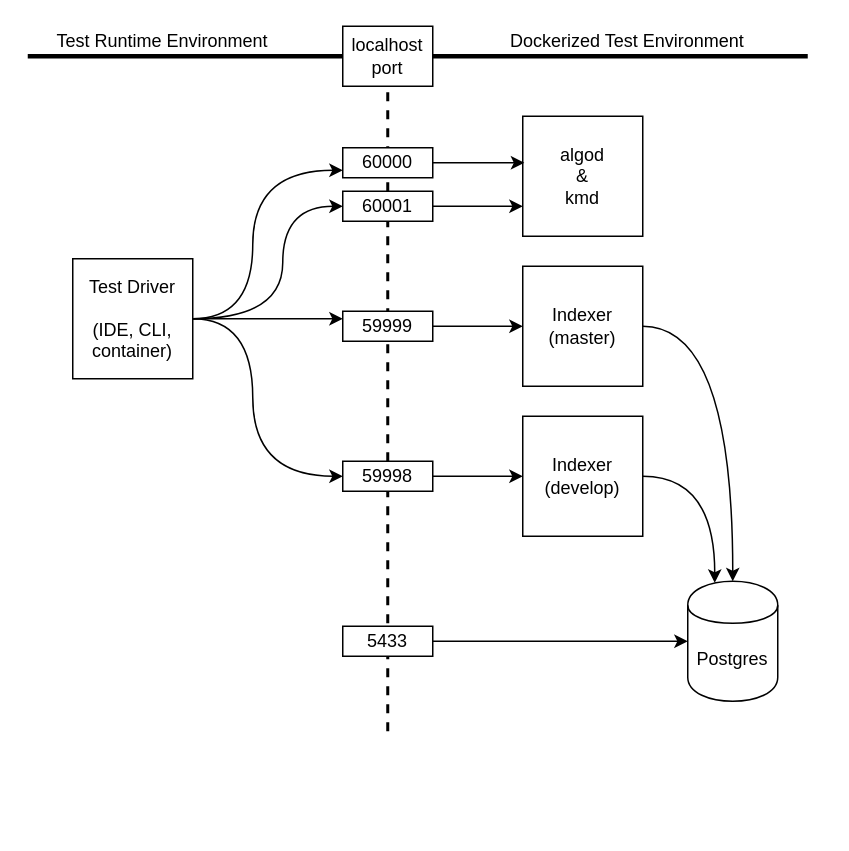
Above: docs/SDK Test Environment.drawio in algorand/algorand-sdk-testing (draw.io), before the change. Source tidied: cells renumbered, new cells numbered last; positions are measured from the earlier drawing's top-left corner, leaving out a move shared by most shapes. Both pictures are drawn from the tidied source at 150%, with x=0, y=0 at pixel (27, 26).
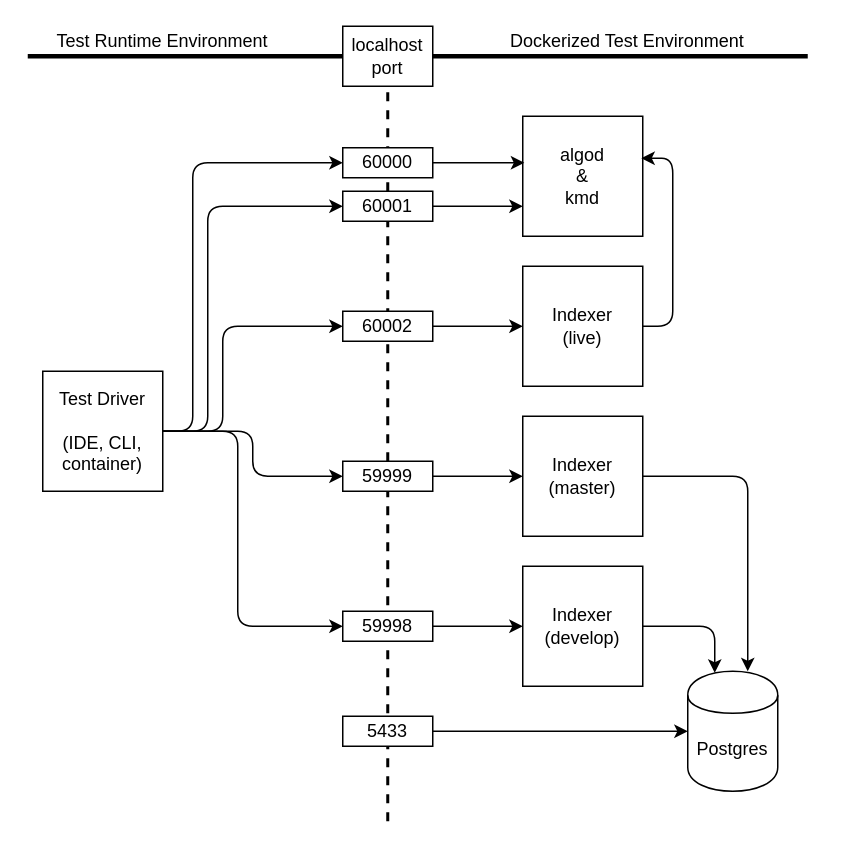
After the change.

Commit message (it also covers changes not shown here):
Add a 'live' indexer which connects to algod.

Unchanged cells that the change refers to:
```xml
<mxCell id="3" value="algod&lt;br&gt;&amp;amp;&lt;br&gt;kmd" style="whiteSpace=wrap;html=1;" parent="1" vertex="1">
  <mxGeometry x="330" y="60" width="80" height="80" as="geometry" />
</mxCell>
<mxCell id="12" value="60001" style="rounded=0;whiteSpace=wrap;html=1;" parent="1" vertex="1">
  <mxGeometry x="210" y="110" width="60" height="20" as="geometry" />
</mxCell>
<mxCell id="14" value="60000" style="rounded=0;whiteSpace=wrap;html=1;" parent="1" vertex="1">
  <mxGeometry x="210" y="81" width="60" height="20" as="geometry" />
</mxCell>
```

Diff of the diagram source:
```diff
@@
     <mxCell id="4" style="endArrow=none;dashed=1;html=1;strokeWidth=2;" parent="1" edge="1">
       <mxGeometry relative="1" as="geometry">
-        <mxPoint x="240" y="470" as="sourcePoint" />
+        <mxPoint x="240" y="530" as="sourcePoint" />
         <mxPoint x="240" y="20" as="targetPoint" />
       </mxGeometry>
     </mxCell>
@@
     <mxCell id="6" value="Postgres" style="shape=cylinder;whiteSpace=wrap;html=1;boundedLbl=1;backgroundOutline=1;" parent="1" vertex="1">
-      <mxGeometry x="440" y="370" width="60" height="80" as="geometry" />
+      <mxGeometry x="440" y="430" width="60" height="80" as="geometry" />
     </mxCell>
-    <mxCell id="7" style="edgeStyle=orthogonalEdgeStyle;jettySize=auto;html=1;strokeWidth=1;curved=1;" parent="1" edge="1" source="8" target="6">
+    <mxCell id="7" style="edgeStyle=orthogonalEdgeStyle;jettySize=auto;html=1;strokeWidth=1;rounded=1;" parent="1" edge="1" source="8" target="6">
       <mxGeometry relative="1" as="geometry">
         <Array as="points">
-          <mxPoint x="470" y="200" />
+          <mxPoint x="480" y="300" />
         </Array>
       </mxGeometry>
     </mxCell>
     <mxCell id="8" value="Indexer&lt;br&gt;(master)" style="whiteSpace=wrap;html=1;" parent="1" vertex="1">
-      <mxGeometry x="330" y="160" width="80" height="80" as="geometry" />
+      <mxGeometry x="330" y="260" width="80" height="80" as="geometry" />
     </mxCell>
-    <mxCell id="9" style="edgeStyle=orthogonalEdgeStyle;jettySize=auto;html=1;entryX=0.3;entryY=0.013;entryDx=0;entryDy=0;strokeWidth=1;curved=1;entryPerimeter=0;" parent="1" edge="1" source="10" target="6">
+    <mxCell id="9" style="edgeStyle=orthogonalEdgeStyle;jettySize=auto;html=1;entryX=0.3;entryY=0.013;entryDx=0;entryDy=0;strokeWidth=1;entryPerimeter=0;rounded=1;" parent="1" edge="1" source="10" target="6">
       <mxGeometry relative="1" as="geometry" />
     </mxCell>
     <mxCell id="10" value="Indexer&lt;br&gt;(develop)" style="whiteSpace=wrap;html=1;" parent="1" vertex="1">
-      <mxGeometry x="330" y="260" width="80" height="80" as="geometry" />
+      <mxGeometry x="330" y="360" width="80" height="80" as="geometry" />
     </mxCell>
@@
     <mxCell id="16" value="59999" style="rounded=0;whiteSpace=wrap;html=1;" parent="1" vertex="1">
-      <mxGeometry x="210" y="190" width="60" height="20" as="geometry" />
+      <mxGeometry x="210" y="290" width="60" height="20" as="geometry" />
     </mxCell>
@@
     <mxCell id="18" value="59998" style="rounded=0;whiteSpace=wrap;html=1;" parent="1" vertex="1">
-      <mxGeometry x="210" y="290" width="60" height="20" as="geometry" />
+      <mxGeometry x="210" y="390" width="60" height="20" as="geometry" />
     </mxCell>
@@
     <mxCell id="20" value="5433" style="rounded=0;whiteSpace=wrap;html=1;" parent="1" vertex="1">
-      <mxGeometry x="210" y="400" width="60" height="20" as="geometry" />
+      <mxGeometry x="210" y="460" width="60" height="20" as="geometry" />
     </mxCell>
-    <mxCell id="21" style="edgeStyle=orthogonalEdgeStyle;curved=1;jettySize=auto;html=1;entryX=0;entryY=0.75;entryDx=0;entryDy=0;strokeWidth=1;" parent="1" edge="1" source="25" target="14">
+    <mxCell id="21" style="edgeStyle=orthogonalEdgeStyle;jettySize=auto;html=1;entryX=0;entryY=0.5;entryDx=0;entryDy=0;rounded=1;" parent="1" edge="1" source="25" target="14">
       <mxGeometry relative="1" as="geometry">
         <Array as="points">
-          <mxPoint x="150" y="195" />
-          <mxPoint x="150" y="96" />
+          <mxPoint x="110" y="270" />
+          <mxPoint x="110" y="91" />
         </Array>
       </mxGeometry>
     </mxCell>
-    <mxCell id="22" style="edgeStyle=orthogonalEdgeStyle;curved=1;jettySize=auto;html=1;entryX=0;entryY=0.5;entryDx=0;entryDy=0;strokeWidth=1;" parent="1" edge="1" source="25" target="12">
+    <mxCell id="22" style="edgeStyle=orthogonalEdgeStyle;jettySize=auto;html=1;entryX=0;entryY=0.5;entryDx=0;entryDy=0;rounded=1;" parent="1" edge="1" source="25" target="12">
       <mxGeometry relative="1" as="geometry">
         <Array as="points">
-          <mxPoint x="170" y="195" />
-          <mxPoint x="170" y="120" />
+          <mxPoint x="120" y="270" />
+          <mxPoint x="120" y="120" />
         </Array>
       </mxGeometry>
     </mxCell>
+    <mxCell id="29" style="edgeStyle=orthogonalEdgeStyle;jettySize=auto;html=1;entryX=0;entryY=0.5;entryDx=0;entryDy=0;rounded=1;" parent="1" edge="1" source="25" target="31">
+      <mxGeometry relative="1" as="geometry">
+        <Array as="points">
+          <mxPoint x="130" y="270" />
+          <mxPoint x="130" y="200" />
+        </Array>
+      </mxGeometry>
+    </mxCell>
-    <mxCell id="23" style="edgeStyle=orthogonalEdgeStyle;curved=1;jettySize=auto;html=1;entryX=0;entryY=0.25;entryDx=0;entryDy=0;strokeWidth=1;" parent="1" edge="1" source="25" target="16">
-      <mxGeometry relative="1" as="geometry" />
+    <mxCell id="23" style="edgeStyle=orthogonalEdgeStyle;jettySize=auto;html=1;entryX=0;entryY=0.5;entryDx=0;entryDy=0;rounded=1;" parent="1" edge="1" source="25" target="16">
+      <mxGeometry relative="1" as="geometry">
+        <Array as="points">
+          <mxPoint x="150" y="270" />
+          <mxPoint x="150" y="300" />
+        </Array>
+      </mxGeometry>
     </mxCell>
-    <mxCell id="24" style="edgeStyle=orthogonalEdgeStyle;curved=1;jettySize=auto;html=1;entryX=0;entryY=0.5;entryDx=0;entryDy=0;strokeWidth=1;" parent="1" edge="1" source="25" target="18">
+    <mxCell id="24" style="edgeStyle=orthogonalEdgeStyle;jettySize=auto;html=1;entryX=0;entryY=0.5;entryDx=0;entryDy=0;rounded=1;" parent="1" edge="1" source="25" target="18">
       <mxGeometry relative="1" as="geometry">
         <Array as="points">
-          <mxPoint x="150" y="195" />
-          <mxPoint x="150" y="300" />
+          <mxPoint x="140" y="270" />
+          <mxPoint x="140" y="400" />
         </Array>
       </mxGeometry>
     </mxCell>
     <mxCell id="25" value="Test Driver&lt;br&gt;&lt;br&gt;(IDE, CLI, container)" style="whiteSpace=wrap;html=1;" parent="1" vertex="1">
-      <mxGeometry x="30" y="155" width="80" height="80" as="geometry" />
+      <mxGeometry x="10" y="230" width="80" height="80" as="geometry" />
     </mxCell>
@@
+    <mxCell id="30" style="edgeStyle=orthogonalEdgeStyle;rounded=1;jettySize=auto;html=1;entryX=0;entryY=0.5;entryDx=0;entryDy=0;" parent="1" edge="1" source="31" target="33">
+      <mxGeometry relative="1" as="geometry" />
+    </mxCell>
+    <mxCell id="31" value="60002" style="rounded=0;whiteSpace=wrap;html=1;" parent="1" vertex="1">
+      <mxGeometry x="210" y="190" width="60" height="20" as="geometry" />
+    </mxCell>
+    <mxCell id="32" style="edgeStyle=orthogonalEdgeStyle;jettySize=auto;html=1;entryX=0.988;entryY=0.35;entryDx=0;entryDy=0;entryPerimeter=0;rounded=1;" parent="1" edge="1" source="33" target="3">
+      <mxGeometry relative="1" as="geometry">
+        <Array as="points">
+          <mxPoint x="430" y="200" />
+          <mxPoint x="430" y="88" />
+        </Array>
+      </mxGeometry>
+    </mxCell>
+    <mxCell id="33" value="Indexer&lt;br&gt;(live)" style="whiteSpace=wrap;html=1;" parent="1" vertex="1">
+      <mxGeometry x="330" y="160" width="80" height="80" as="geometry" />
+    </mxCell>
```
